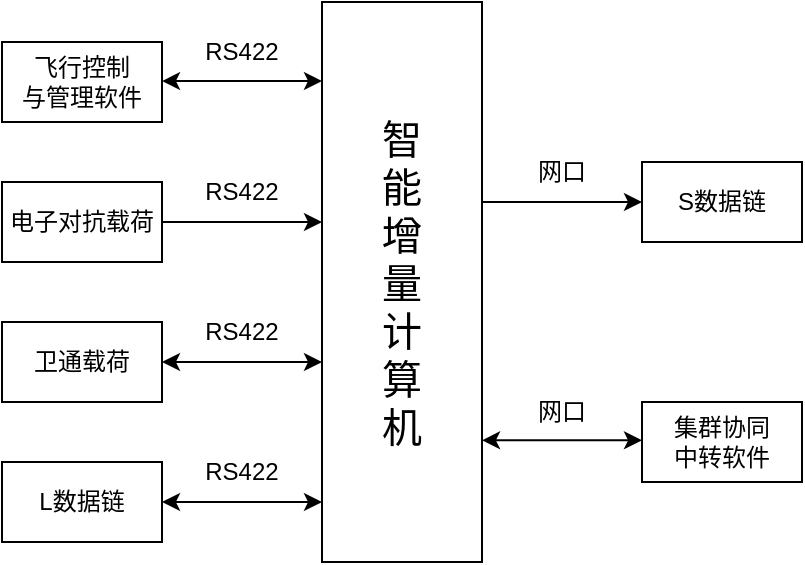
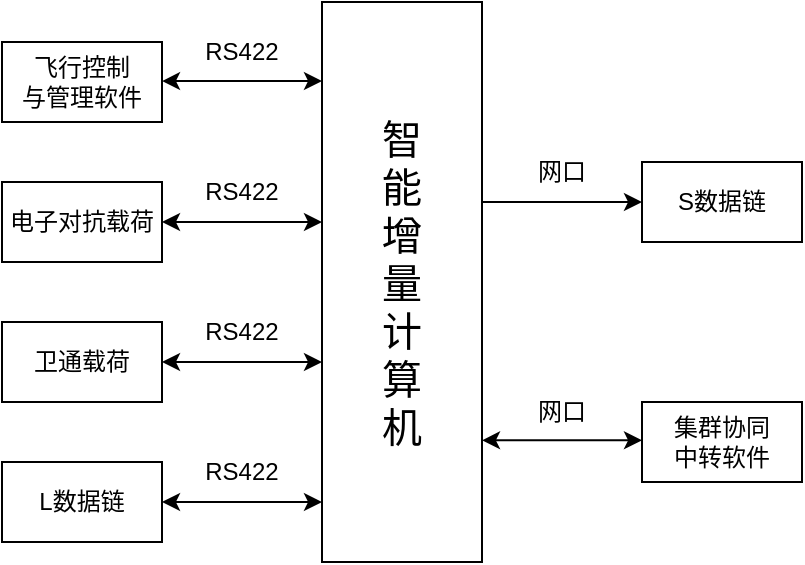
<mxfile host="app.diagrams.net">
  <diagram name="第 1 页" id="NeenO5--4chwi1DIEK-7">
    <mxGraphModel dx="774" dy="497" grid="1" gridSize="10" guides="1" tooltips="1" connect="1" arrows="1" fold="1" page="1" pageScale="1" pageWidth="827" pageHeight="1169" math="0" shadow="0">
      <root>
        <mxCell id="0" />
        <mxCell id="1" parent="0" />
        <mxCell id="efUFIIb7bw8GIayO0SLa-6" parent="1" style="rounded=0;whiteSpace=wrap;html=1;" value="飞行控制&lt;div&gt;与管理软件&lt;/div&gt;" vertex="1">
          <mxGeometry height="40" width="80" x="120" y="200" as="geometry" />
        </mxCell>
        <mxCell id="efUFIIb7bw8GIayO0SLa-7" parent="1" style="rounded=0;whiteSpace=wrap;html=1;" value="电子对抗载荷" vertex="1">
          <mxGeometry height="40" width="80" x="120" y="270" as="geometry" />
        </mxCell>
        <mxCell id="efUFIIb7bw8GIayO0SLa-8" parent="1" style="rounded=0;whiteSpace=wrap;html=1;" value="卫通载荷" vertex="1">
          <mxGeometry height="40" width="80" x="120" y="340" as="geometry" />
        </mxCell>
        <mxCell id="efUFIIb7bw8GIayO0SLa-9" parent="1" style="rounded=0;whiteSpace=wrap;html=1;" value="L数据链" vertex="1">
          <mxGeometry height="40" width="80" x="120" y="410" as="geometry" />
        </mxCell>
        <mxCell id="efUFIIb7bw8GIayO0SLa-10" edge="1" parent="1" source="efUFIIb7bw8GIayO0SLa-8" style="endArrow=classic;startArrow=classic;html=1;rounded=0;exitX=1;exitY=0.5;exitDx=0;exitDy=0;startFill=1;" value="">
          <mxGeometry height="50" relative="1" width="50" as="geometry">
            <mxPoint x="190" y="370" as="sourcePoint" />
            <mxPoint x="280" y="360" as="targetPoint" />
          </mxGeometry>
        </mxCell>
-         <mxCell id="efUFIIb7bw8GIayO0SLa-11" edge="1" parent="1" style="endArrow=none;html=1;rounded=0;entryX=1;entryY=0.5;entryDx=0;entryDy=0;startArrow=classic;startFill=1;endFill=0;" target="efUFIIb7bw8GIayO0SLa-7" value="">
+         <mxCell id="efUFIIb7bw8GIayO0SLa-11" edge="1" parent="1" style="endArrow=classic;html=1;rounded=0;entryX=1;entryY=0.5;entryDx=0;entryDy=0;startArrow=classic;startFill=1;endFill=1;" target="efUFIIb7bw8GIayO0SLa-7" value="">
          <mxGeometry height="50" relative="1" width="50" as="geometry">
            <mxPoint x="280" y="290" as="sourcePoint" />
            <mxPoint x="290" y="270" as="targetPoint" />
          </mxGeometry>
        </mxCell>
        <mxCell id="efUFIIb7bw8GIayO0SLa-12" edge="1" parent="1" source="efUFIIb7bw8GIayO0SLa-9" style="endArrow=classic;startArrow=classic;html=1;rounded=0;exitX=1;exitY=0.5;exitDx=0;exitDy=0;startFill=1;" value="">
          <mxGeometry height="50" relative="1" width="50" as="geometry">
            <mxPoint x="240" y="420" as="sourcePoint" />
            <mxPoint x="280" y="430" as="targetPoint" />
          </mxGeometry>
        </mxCell>
        <mxCell id="efUFIIb7bw8GIayO0SLa-13" parent="1" style="rounded=0;whiteSpace=wrap;html=1;" value="S数据链" vertex="1">
          <mxGeometry height="40" width="80" x="440" y="260" as="geometry" />
        </mxCell>
        <mxCell id="efUFIIb7bw8GIayO0SLa-14" parent="1" style="rounded=0;whiteSpace=wrap;html=1;" value="集群协同&lt;div&gt;中转软件&lt;/div&gt;" vertex="1">
          <mxGeometry height="40" width="80" x="440" y="380" as="geometry" />
        </mxCell>
        <mxCell id="efUFIIb7bw8GIayO0SLa-15" parent="1" style="text;html=1;whiteSpace=wrap;strokeColor=none;fillColor=none;align=center;verticalAlign=middle;rounded=0;" value="网口" vertex="1">
          <mxGeometry height="30" width="60" x="370" y="250" as="geometry" />
        </mxCell>
        <mxCell id="efUFIIb7bw8GIayO0SLa-16" parent="1" style="text;html=1;whiteSpace=wrap;strokeColor=none;fillColor=none;align=center;verticalAlign=middle;rounded=0;" value="网口" vertex="1">
          <mxGeometry height="30" width="60" x="370" y="370" as="geometry" />
        </mxCell>
        <mxCell id="efUFIIb7bw8GIayO0SLa-17" parent="1" style="text;html=1;whiteSpace=wrap;strokeColor=none;fillColor=none;align=center;verticalAlign=middle;rounded=0;" value="RS422" vertex="1">
          <mxGeometry height="30" width="60" x="210" y="190" as="geometry" />
        </mxCell>
        <mxCell id="efUFIIb7bw8GIayO0SLa-18" parent="1" style="text;html=1;whiteSpace=wrap;strokeColor=none;fillColor=none;align=center;verticalAlign=middle;rounded=0;" value="RS422" vertex="1">
          <mxGeometry height="30" width="60" x="210" y="260" as="geometry" />
        </mxCell>
        <mxCell id="efUFIIb7bw8GIayO0SLa-19" parent="1" style="text;html=1;whiteSpace=wrap;strokeColor=none;fillColor=none;align=center;verticalAlign=middle;rounded=0;" value="RS422" vertex="1">
          <mxGeometry height="30" width="60" x="210" y="330" as="geometry" />
        </mxCell>
        <mxCell id="efUFIIb7bw8GIayO0SLa-20" parent="1" style="text;html=1;whiteSpace=wrap;strokeColor=none;fillColor=none;align=center;verticalAlign=middle;rounded=0;" value="RS422" vertex="1">
          <mxGeometry height="30" width="60" x="210" y="400" as="geometry" />
        </mxCell>
        <mxCell id="efUFIIb7bw8GIayO0SLa-21" edge="1" parent="1" style="endArrow=classic;startArrow=none;html=1;rounded=0;entryX=0;entryY=0.5;entryDx=0;entryDy=0;startFill=0;" target="efUFIIb7bw8GIayO0SLa-13" value="">
          <mxGeometry height="50" relative="1" width="50" as="geometry">
            <mxPoint x="360" y="280" as="sourcePoint" />
            <mxPoint x="330" y="270" as="targetPoint" />
          </mxGeometry>
        </mxCell>
        <mxCell id="efUFIIb7bw8GIayO0SLa-22" edge="1" parent="1" style="endArrow=classic;startArrow=classic;html=1;rounded=0;exitX=0.999;exitY=0.358;exitDx=0;exitDy=0;exitPerimeter=0;" value="">
          <mxGeometry height="50" relative="1" width="50" as="geometry">
            <mxPoint x="360" y="399.1700000000001" as="sourcePoint" />
            <mxPoint x="440" y="399.1700000000001" as="targetPoint" />
          </mxGeometry>
        </mxCell>
        <mxCell id="efUFIIb7bw8GIayO0SLa-28" edge="1" parent="1" style="endArrow=classic;startArrow=classic;html=1;rounded=0;exitX=1;exitY=0.5;exitDx=0;exitDy=0;entryX=0.001;entryY=0.624;entryDx=0;entryDy=0;entryPerimeter=0;startFill=1;" value="">
          <mxGeometry height="50" relative="1" width="50" as="geometry">
            <mxPoint x="200" y="219.51999999999998" as="sourcePoint" />
            <mxPoint x="280" y="219.51999999999998" as="targetPoint" />
          </mxGeometry>
        </mxCell>
        <mxCell id="efUFIIb7bw8GIayO0SLa-29" connectable="0" parent="1" style="group" value="" vertex="1">
          <mxGeometry height="280" width="80" x="280" y="180" as="geometry" />
        </mxCell>
        <mxCell id="efUFIIb7bw8GIayO0SLa-1" parent="efUFIIb7bw8GIayO0SLa-29" style="rounded=0;whiteSpace=wrap;html=1;" value="" vertex="1">
          <mxGeometry height="280" width="80" as="geometry" />
        </mxCell>
        <mxCell id="efUFIIb7bw8GIayO0SLa-2" parent="efUFIIb7bw8GIayO0SLa-29" style="text;html=1;whiteSpace=wrap;strokeColor=none;fillColor=none;align=center;verticalAlign=middle;rounded=0;" value="&lt;font style=&quot;font-size: 20px;&quot;&gt;智能增量计算机&lt;/font&gt;" vertex="1">
          <mxGeometry height="166.25" width="30" x="25" y="56.875" as="geometry" />
        </mxCell>
      </root>
    </mxGraphModel>
  </diagram>
</mxfile>
